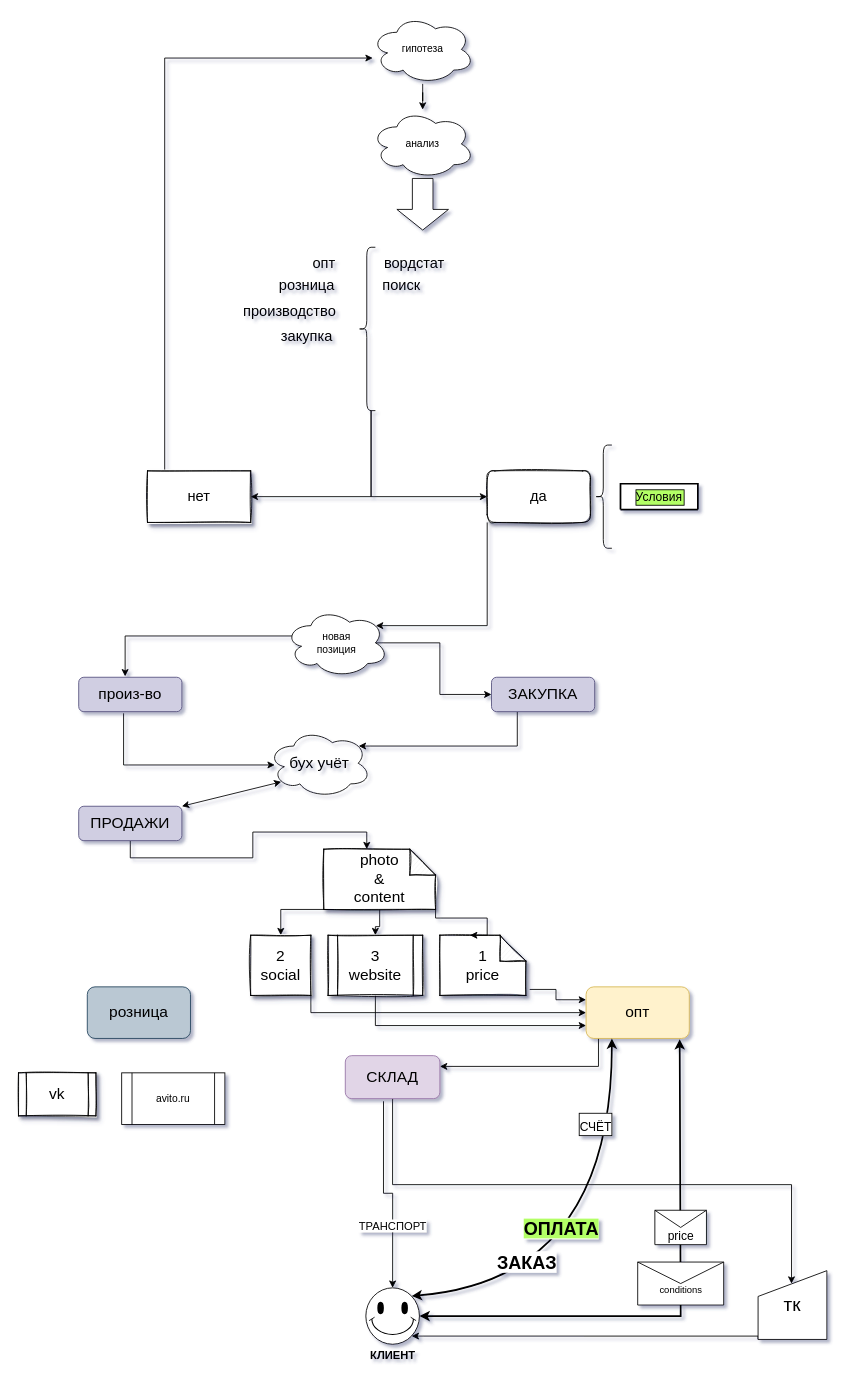
This is Untitled Diagram.drawio from m11nic89co/ecom.net.ru, a draw.io file, before an edit. Source tidied: cells renumbered, new cells numbered last; positions are measured from the earlier drawing's top-left corner, leaving out a move shared by most shapes. Both pictures are drawn from the tidied source at 86%, with x=0, y=0 at pixel (18, 15).
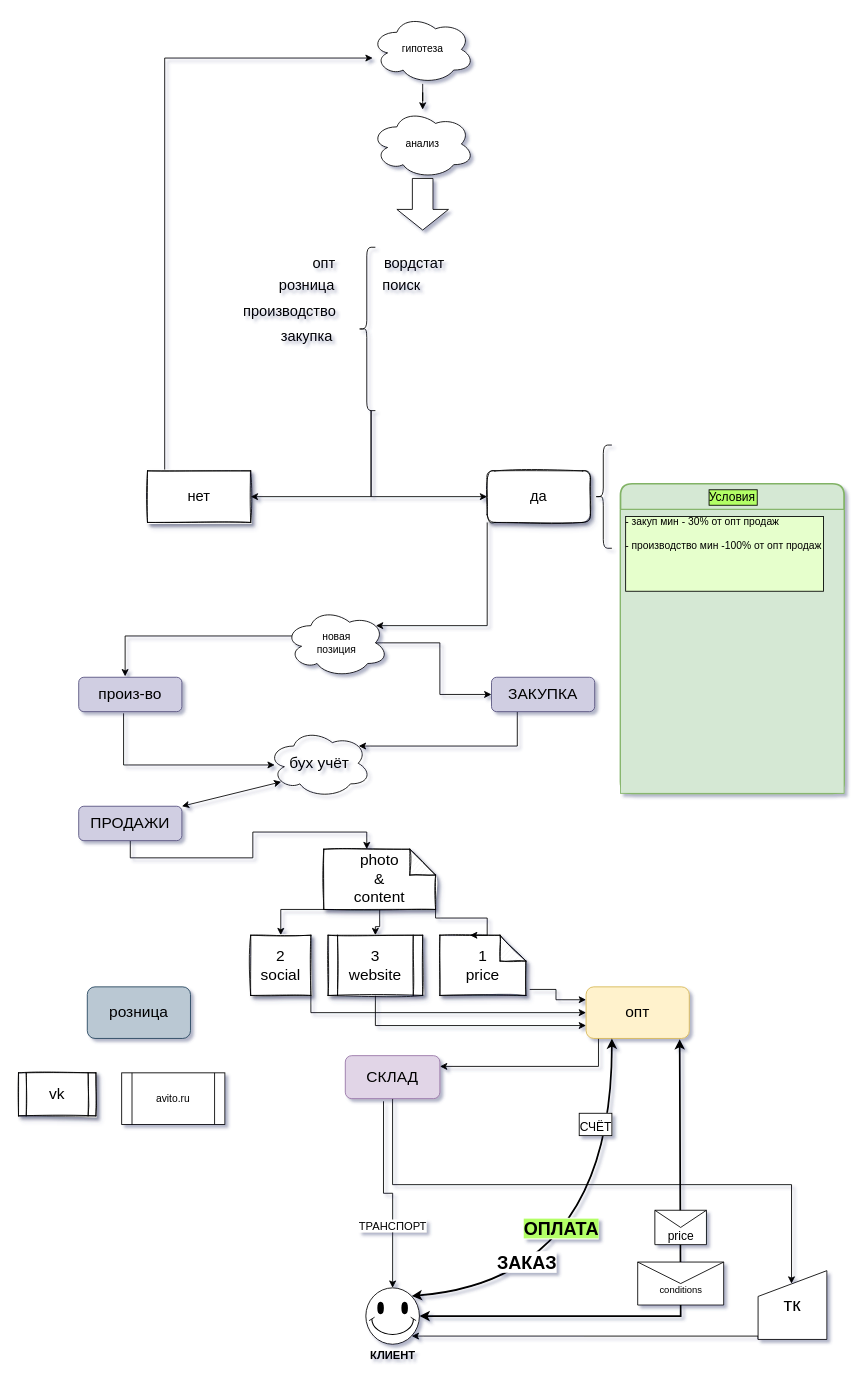
The same page after the edit.

The edit, as a diff of the source:
```diff
@@
-    <mxCell id="63" value="Условия" style="swimlane;horizontal=1;startSize=30;rounded=1;fontSize=14;fontStyle=0;strokeWidth=2;shadow=0;dashed=0;align=center;labelBackgroundColor=#B3FF66;labelBorderColor=default;sketch=0;gradientColor=none;" parent="1" vertex="1" collapsed="1">
-      <mxGeometry x="700" y="545" width="90" height="30" as="geometry" />
+    <mxCell id="63" value="Условия" style="swimlane;horizontal=1;startSize=30;rounded=1;fontSize=14;fontStyle=0;strokeWidth=2;shadow=0;dashed=0;align=center;labelBackgroundColor=#B3FF66;labelBorderColor=default;sketch=0;fillColor=#d5e8d4;strokeColor=#82b366;swimlaneFillColor=default;" parent="1" vertex="1">
+      <mxGeometry x="700" y="545" width="260" height="360" as="geometry" />
     </mxCell>
+    <mxCell id="64" value="- закуп мин - 30% от опт продаж&#10;&#10;- производство мин -100% от опт продаж&#10;&#10;  &#10; " style="align=left;spacingLeft=4;fontSize=12;verticalAlign=top;rounded=0;shadow=0;labelBackgroundColor=#E6FFCC;labelBorderColor=default;sketch=0;fillColor=#d5e8d4;strokeColor=#82b366;fontStyle=0;" parent="63" vertex="1">
+      <mxGeometry y="30" width="260" height="330" as="geometry" />
+    </mxCell>
```
